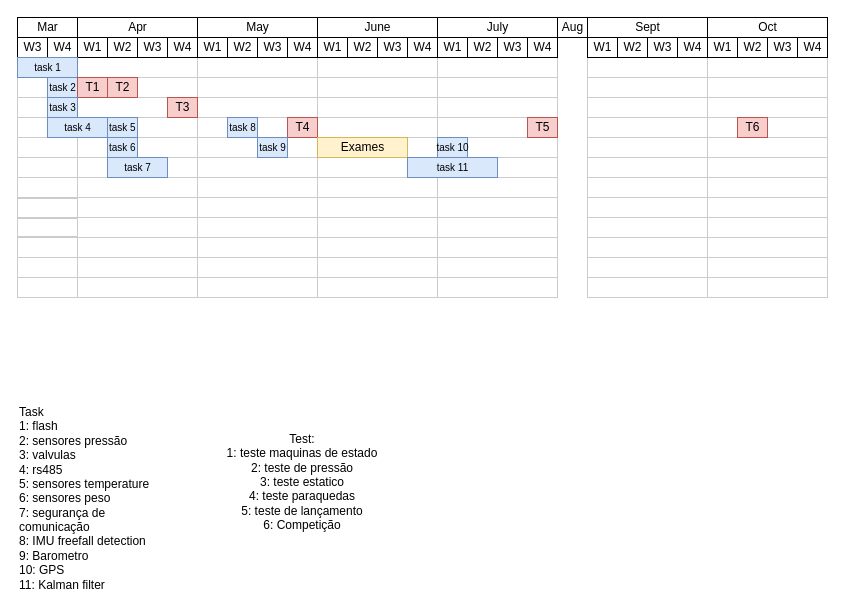
dvalnn/INV2_Firmware keeps this draw.io diagram as page "Timeline" (5 of 5) of SupportingDocs/EmbededT1.drawio. Above is the earlier version. Source tidied: cells renumbered, new cells numbered last; positions are measured from the earlier drawing's top-left corner, leaving out a move shared by most shapes. Both pictures are drawn from the tidied source at 100%, with x=0, y=0 at pixel (17, 17).
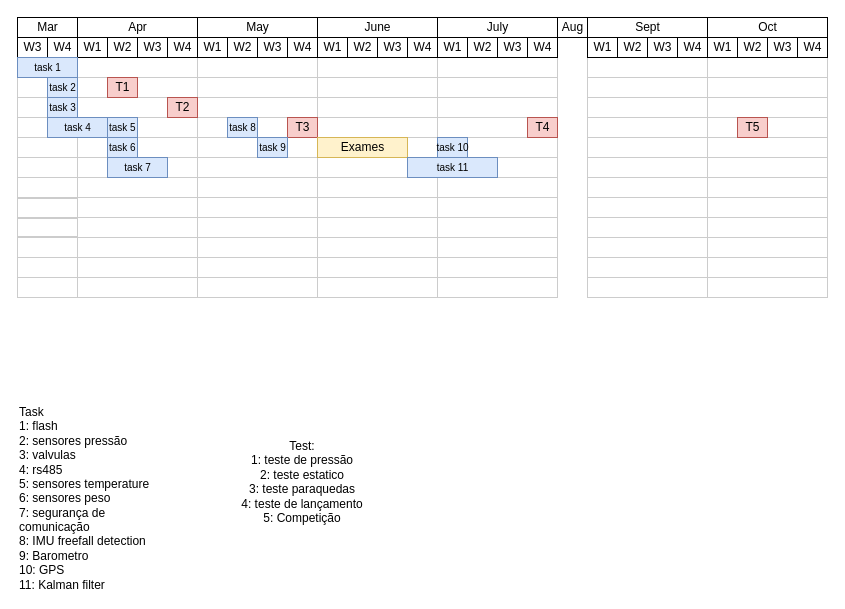
The same diagram, later.

Change to the diagram source:
```diff
@@
-    <mxCell id="119" value="T3" style="align=center;strokeColor=#b85450;html=1;fillColor=#f8cecc;" parent="1" vertex="1">
+    <mxCell id="119" value="T2" style="align=center;strokeColor=#b85450;html=1;fillColor=#f8cecc;" parent="1" vertex="1">
       <mxGeometry x="150" y="80" width="30" height="20" as="geometry" />
     </mxCell>
-    <mxCell id="120" value="T2" style="align=center;strokeColor=#b85450;html=1;fillColor=#f8cecc;" parent="1" vertex="1">
+    <mxCell id="120" value="T1" style="align=center;strokeColor=#b85450;html=1;fillColor=#f8cecc;" parent="1" vertex="1">
       <mxGeometry x="90" y="60" width="30" height="20" as="geometry" />
     </mxCell>
@@
-    <mxCell id="126" value="T1" style="align=center;strokeColor=#b85450;html=1;fillColor=#f8cecc;" parent="1" vertex="1">
-      <mxGeometry x="60" y="60" width="30" height="20" as="geometry" />
-    </mxCell>
@@
-    <mxCell id="129" value="T4" style="align=center;strokeColor=#b85450;html=1;fillColor=#f8cecc;" parent="1" vertex="1">
+    <mxCell id="129" value="T3" style="align=center;strokeColor=#b85450;html=1;fillColor=#f8cecc;" parent="1" vertex="1">
       <mxGeometry x="270" y="100" width="30" height="20" as="geometry" />
     </mxCell>
-    <mxCell id="130" value="T5" style="align=center;strokeColor=#b85450;html=1;fillColor=#f8cecc;" parent="1" vertex="1">
+    <mxCell id="130" value="T4" style="align=center;strokeColor=#b85450;html=1;fillColor=#f8cecc;" parent="1" vertex="1">
       <mxGeometry x="510" y="100" width="30" height="20" as="geometry" />
     </mxCell>
-    <mxCell id="131" value="T6" style="align=center;strokeColor=#b85450;html=1;fillColor=#f8cecc;" parent="1" vertex="1">
+    <mxCell id="131" value="T5" style="align=center;strokeColor=#b85450;html=1;fillColor=#f8cecc;" parent="1" vertex="1">
       <mxGeometry x="720" y="100" width="30" height="20" as="geometry" />
     </mxCell>
@@
-    <mxCell id="138" value="Test:&lt;br&gt;1: teste maquinas de estado&lt;br&gt;2: teste de pressão&lt;br&gt;3: teste estatico&lt;br&gt;4: teste paraquedas&lt;br&gt;5: teste de lançamento&lt;br&gt;6: Competição&lt;br&gt;&lt;br&gt;&lt;div&gt;&lt;br&gt;&lt;/div&gt;" style="text;html=1;align=center;verticalAlign=middle;whiteSpace=wrap;rounded=0;" parent="1" vertex="1">
+    <mxCell id="138" value="Test:&lt;br&gt;1: teste de pressão&lt;br&gt;2: teste estatico&lt;br&gt;3: teste paraquedas&lt;br&gt;4: teste de lançamento&lt;br&gt;5: Competição&lt;br&gt;&lt;br&gt;&lt;div&gt;&lt;br&gt;&lt;/div&gt;" style="text;html=1;align=center;verticalAlign=middle;whiteSpace=wrap;rounded=0;" parent="1" vertex="1">
       <mxGeometry x="200" y="398" width="170" height="161" as="geometry" />
     </mxCell>
```
